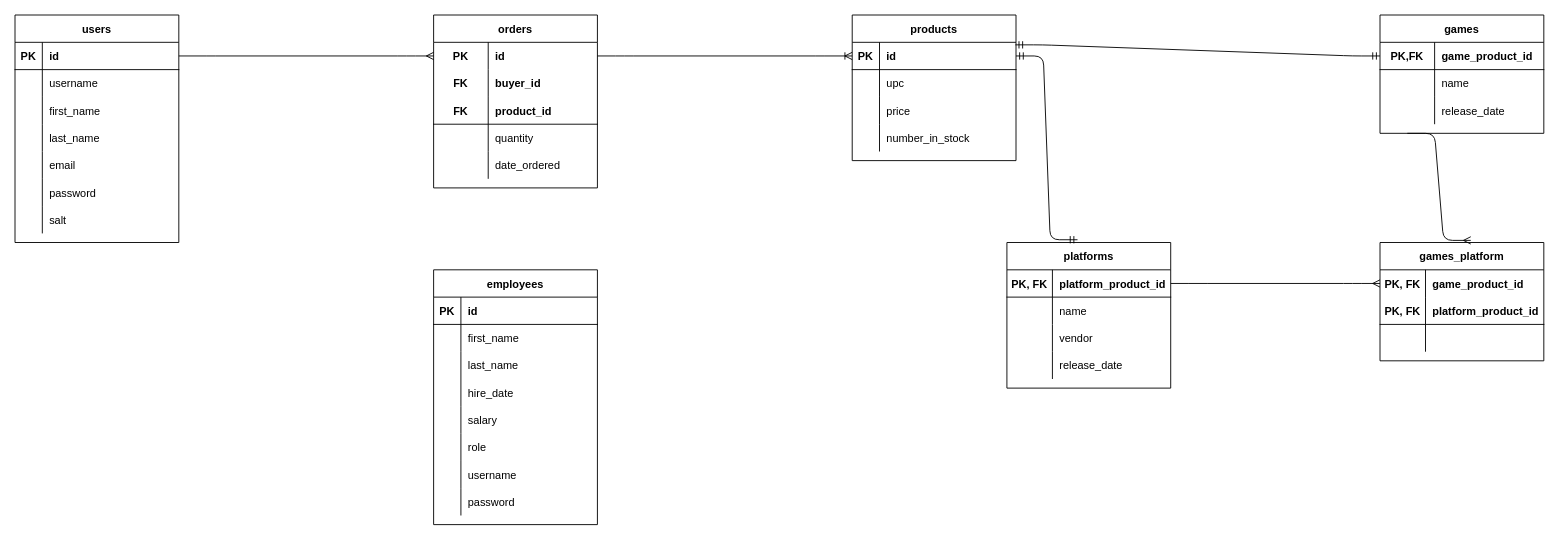
Before: ERD.drawio in jamesaiello42/Video-Game-API, a draw.io diagram. Source tidied: cells renumbered, new cells numbered last; positions are measured from the earlier drawing's top-left corner, leaving out a move shared by most shapes. Both pictures are drawn from the tidied source at 91%, with x=0, y=0 at pixel (15, 15).
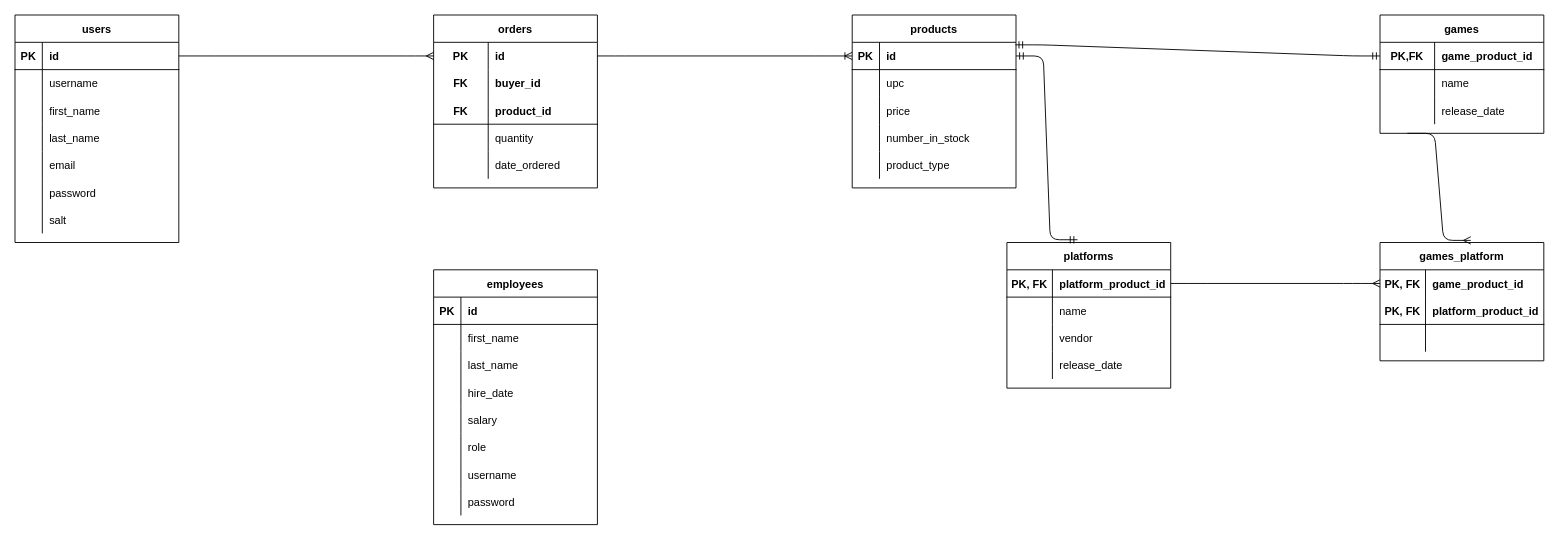
Above is the later version.

Change to the diagram source:
```diff
@@
     <mxCell id="73" value="products" style="shape=table;startSize=30;childLayout=tableLayout;rowLines=0;fontStyle=1;align=center;strokeColor=#000000;strokeWidth=1;" parent="1" vertex="1">
-      <mxGeometry x="920" width="180" height="160" as="geometry" />
+      <mxGeometry x="920" width="180" height="190" as="geometry" />
     </mxCell>
@@
+    <mxCell id="117" style="shape=partialRectangle;fillColor=none;top=0;left=0;bottom=0;right=0;" parent="73" vertex="1">
+      <mxGeometry y="120" width="180" height="30" as="geometry" />
+    </mxCell>
+    <mxCell id="118" style="shape=partialRectangle;fillColor=none;top=0;left=0;bottom=0;right=0;overflow=hidden;" parent="117" vertex="1">
+      <mxGeometry width="30" height="30" as="geometry" />
+    </mxCell>
+    <mxCell id="119" value="number_in_stock" style="shape=partialRectangle;fillColor=none;top=0;left=0;bottom=0;right=0;align=left;spacingLeft=6;overflow=hidden;" parent="117" vertex="1">
+      <mxGeometry x="30" width="150" height="30" as="geometry" />
+    </mxCell>
     <mxCell id="83" style="shape=partialRectangle;fillColor=none;top=0;left=0;bottom=0;right=0;" parent="73" vertex="1">
-      <mxGeometry y="120" width="180" height="30" as="geometry" />
+      <mxGeometry y="150" width="180" height="30" as="geometry" />
     </mxCell>
@@
-    <mxCell id="85" value="number_in_stock" style="shape=partialRectangle;fillColor=none;top=0;left=0;bottom=0;right=0;align=left;spacingLeft=6;overflow=hidden;" parent="83" vertex="1">
+    <mxCell id="85" value="product_type" style="shape=partialRectangle;fillColor=none;top=0;left=0;bottom=0;right=0;align=left;spacingLeft=6;overflow=hidden;" parent="83" vertex="1">
       <mxGeometry x="30" width="150" height="30" as="geometry" />
     </mxCell>
```
